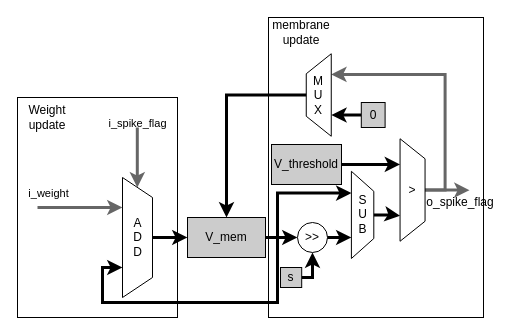
Earlier version of the draw.io diagram shiftLif.drawio (AurelieSa/draw_io). Source tidied: cells renumbered, new cells numbered last; positions are measured from the earlier drawing's top-left corner, leaving out a move shared by most shapes. Both pictures are drawn from the tidied source at 100%, with x=0, y=0 at pixel (17, 17).
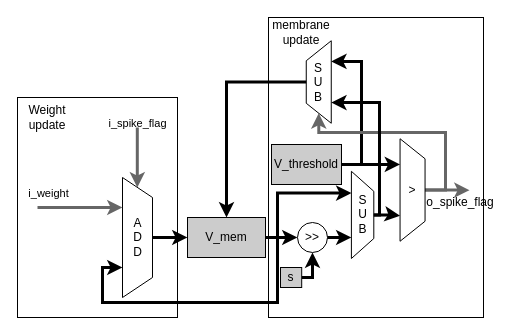
After the change.

The change refers to these unchanged cells:
```xml
<mxCell id="20" value="V_threshold" style="rounded=0;whiteSpace=wrap;html=1;fillColor=#CCCCCC;" parent="1" vertex="1">
  <mxGeometry x="254" y="127" width="70" height="40" as="geometry" />
</mxCell>
<mxCell id="23" style="shape=trapezoid;perimeter=trapezoidPerimeter;whiteSpace=wrap;html=1;fixedSize=1;rotation=90;fillColor=none;" parent="1" vertex="1">
  <mxGeometry x="343.8" y="160" width="102.5" height="25" as="geometry" />
</mxCell>
<mxCell id="34" style="shape=trapezoid;perimeter=trapezoidPerimeter;whiteSpace=wrap;html=1;fixedSize=1;rotation=90;fillColor=none;" parent="1" vertex="1">
  <mxGeometry x="301.5" y="186.2" width="87.2" height="22.4" as="geometry" />
</mxCell>
```

The edit, as a diff of the source:
```diff
@@
+    <mxCell id="36" style="edgeStyle=orthogonalEdgeStyle;rounded=0;jettySize=auto;html=1;exitX=1;exitY=0.5;exitDx=0;exitDy=0;entryX=0.75;entryY=1;entryDx=0;entryDy=0;strokeWidth=3;" parent="1" edge="1" source="20" target="26">
+      <mxGeometry relative="1" as="geometry" />
+    </mxCell>
@@
-    <mxCell id="21" style="edgeStyle=orthogonalEdgeStyle;rounded=0;jettySize=auto;html=1;exitX=0.5;exitY=0;exitDx=0;exitDy=0;entryX=0.75;entryY=1;entryDx=0;entryDy=0;strokeColor=#666666;strokeWidth=3;" parent="1" edge="1" source="23" target="26">
-      <mxGeometry relative="1" as="geometry" />
+    <mxCell id="21" style="edgeStyle=orthogonalEdgeStyle;rounded=0;jettySize=auto;html=1;exitX=0.5;exitY=0;exitDx=0;exitDy=0;entryX=0;entryY=0.5;entryDx=0;entryDy=0;strokeColor=#666666;strokeWidth=3;" parent="1" edge="1" source="23" target="26">
+      <mxGeometry relative="1" as="geometry">
+        <Array as="points">
+          <mxPoint x="428" y="173" />
+          <mxPoint x="428" y="115" />
+          <mxPoint x="301" y="115" />
+        </Array>
+      </mxGeometry>
     </mxCell>
@@
     <mxCell id="26" style="shape=trapezoid;perimeter=trapezoidPerimeter;whiteSpace=wrap;html=1;fixedSize=1;rotation=-90;fillColor=none;" parent="1" vertex="1">
-      <mxGeometry x="260" y="65" width="82.5" height="25" as="geometry" />
+      <mxGeometry x="260" y="52" width="82.5" height="25" as="geometry" />
     </mxCell>
-    <mxCell id="27" value="&lt;div&gt;M&lt;/div&gt;&lt;div&gt;U&lt;/div&gt;&lt;div&gt;X&lt;/div&gt;" style="text;html=1;align=center;verticalAlign=middle;whiteSpace=wrap;rounded=0;" parent="1" vertex="1">
-      <mxGeometry x="271.2" y="62.5" width="60" height="30" as="geometry" />
+    <mxCell id="27" value="&lt;div&gt;S&lt;/div&gt;&lt;div&gt;U&lt;/div&gt;&lt;div&gt;B&lt;/div&gt;" style="text;html=1;align=center;verticalAlign=middle;whiteSpace=wrap;rounded=0;" parent="1" vertex="1">
+      <mxGeometry x="271.2" y="49.5" width="60" height="30" as="geometry" />
     </mxCell>
@@
-    <mxCell id="31" style="edgeStyle=orthogonalEdgeStyle;rounded=0;jettySize=auto;html=1;exitX=0;exitY=0.5;exitDx=0;exitDy=0;entryX=0.25;entryY=1;entryDx=0;entryDy=0;strokeWidth=3;" parent="1" edge="1" source="32" target="26">
-      <mxGeometry relative="1" as="geometry" />
-    </mxCell>
-    <mxCell id="32" value="0" style="rounded=0;whiteSpace=wrap;html=1;fillColor=#CCCCCC;" parent="1" vertex="1">
-      <mxGeometry x="343.8" y="85" width="23.8" height="25" as="geometry" />
-    </mxCell>
@@
+    <mxCell id="37" style="edgeStyle=orthogonalEdgeStyle;rounded=0;jettySize=auto;html=1;exitX=0.5;exitY=0;exitDx=0;exitDy=0;entryX=0.25;entryY=1;entryDx=0;entryDy=0;strokeWidth=3;" parent="1" edge="1" source="34" target="26">
+      <mxGeometry relative="1" as="geometry">
+        <Array as="points">
+          <mxPoint x="362" y="197" />
+          <mxPoint x="362" y="85" />
+        </Array>
+      </mxGeometry>
+    </mxCell>
```
